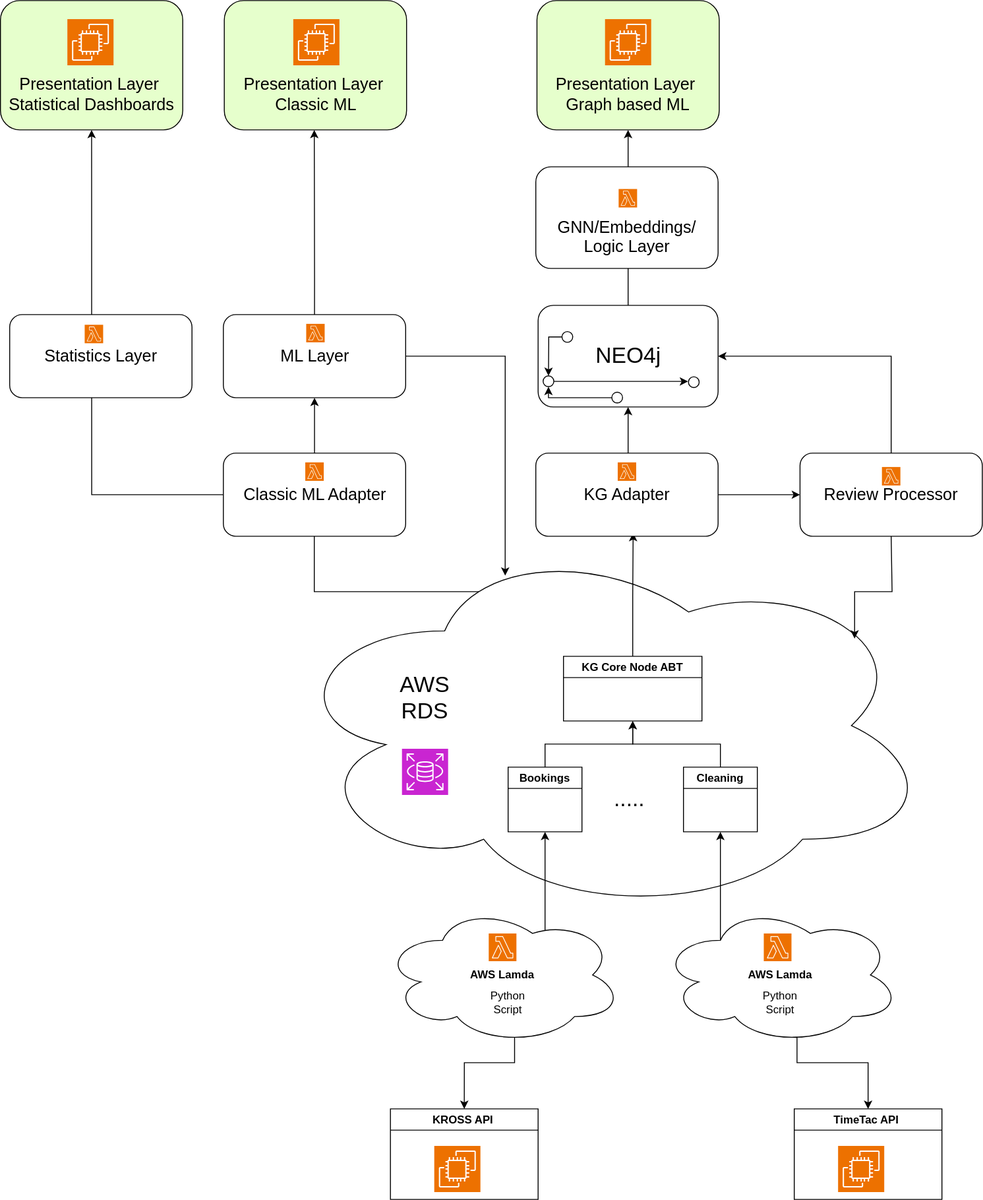
dominik-pichler/Review_me_if_you_can keeps this draw.io diagram as drawings/Application_Architecture.svg. Above is the earlier version. Source tidied: cells renumbered, new cells last; positions are measured from the earlier drawing's top-left corner, leaving out a move shared by most shapes.
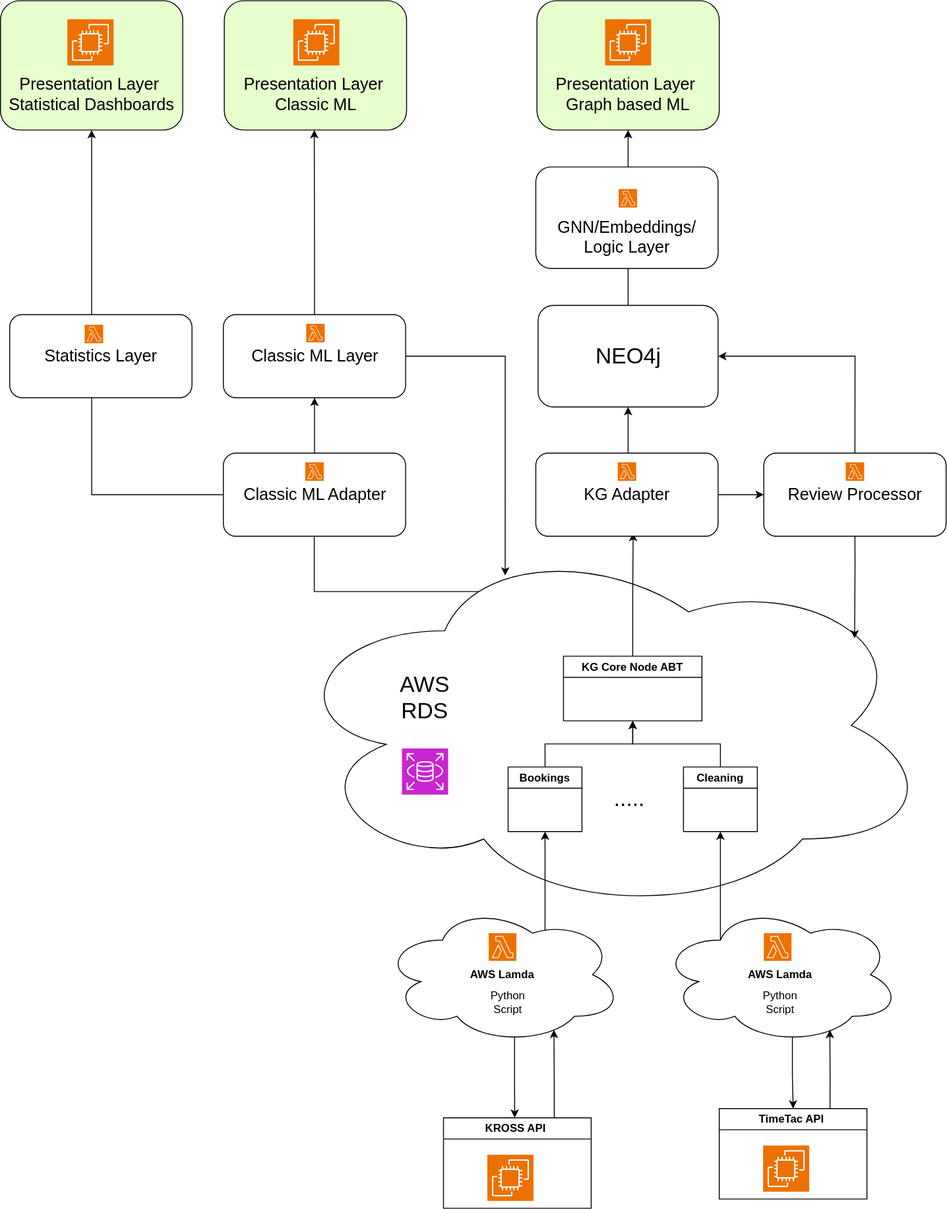
Later version of the same file.

What changed in the source:
```diff
@@ -49,14 +49,6 @@
     <mxCell id="14" style="edgeStyle=orthogonalEdgeStyle;rounded=0;jettySize=auto;html=1;exitX=0.5;exitY=0;exitDx=0;exitDy=0;entryX=0.5;entryY=1;entryDx=0;entryDy=0;" parent="1" edge="1" source="45" target="60">
       <mxGeometry relative="1" as="geometry" />
     </mxCell>
-    <mxCell id="15" style="edgeStyle=orthogonalEdgeStyle;rounded=0;jettySize=auto;html=1;exitX=0.55;exitY=0.95;exitDx=0;exitDy=0;exitPerimeter=0;entryX=0.5;entryY=0;entryDx=0;entryDy=0;" parent="1" edge="1" source="20" target="17">
-      <mxGeometry relative="1" as="geometry">
-        <Array as="points">
-          <mxPoint x="557" y="1150" />
-          <mxPoint x="502" y="1150" />
-        </Array>
-      </mxGeometry>
-    </mxCell>
     <mxCell id="16" style="edgeStyle=orthogonalEdgeStyle;rounded=0;jettySize=auto;html=1;exitX=0.4;exitY=0.1;exitDx=0;exitDy=0;exitPerimeter=0;entryX=0.5;entryY=1;entryDx=0;entryDy=0;" parent="1" edge="1" source="20" target="7">
       <mxGeometry relative="1" as="geometry">
         <Array as="points">
@@ -65,7 +57,7 @@
       </mxGeometry>
     </mxCell>
     <mxCell id="17" value="KROSS API&amp;nbsp;" style="swimlane;whiteSpace=wrap;html=1;" parent="1" vertex="1">
-      <mxGeometry x="422.5" y="1200" width="160" height="98" as="geometry" />
+      <mxGeometry x="480" y="1210" width="160" height="98" as="geometry" />
     </mxCell>
     <mxCell id="18" style="sketch=0;fontColor=#232F3E;fillColor=#ED7100;strokeColor=#ffffff;dashed=0;verticalLabelPosition=bottom;verticalAlign=top;align=center;html=1;fontSize=12;fontStyle=0;shape=mxgraph.aws4.resourceIcon;resIcon=mxgraph.aws4.ec2;" parent="17" vertex="1">
       <mxGeometry x="47.5" y="40" width="50" height="50" as="geometry" />
@@ -100,19 +92,11 @@
       <mxGeometry x="112" y="30" width="30" height="30" as="geometry" />
     </mxCell>
     <mxCell id="28" value="TimeTac API&amp;nbsp;" style="swimlane;whiteSpace=wrap;html=1;" parent="1" vertex="1">
-      <mxGeometry x="860" y="1200" width="160" height="98" as="geometry" />
+      <mxGeometry x="778.8" y="1200" width="160" height="98" as="geometry" />
     </mxCell>
     <mxCell id="29" style="sketch=0;fontColor=#232F3E;fillColor=#ED7100;strokeColor=#ffffff;dashed=0;verticalLabelPosition=bottom;verticalAlign=top;align=center;html=1;fontSize=12;fontStyle=0;shape=mxgraph.aws4.resourceIcon;resIcon=mxgraph.aws4.ec2;" parent="28" vertex="1">
       <mxGeometry x="47.5" y="40" width="50" height="50" as="geometry" />
     </mxCell>
-    <mxCell id="30" style="edgeStyle=orthogonalEdgeStyle;rounded=0;jettySize=auto;html=1;exitX=0.55;exitY=0.95;exitDx=0;exitDy=0;entryX=0.5;entryY=0;entryDx=0;entryDy=0;exitPerimeter=0;" parent="1" edge="1" source="25" target="28">
-      <mxGeometry relative="1" as="geometry">
-        <Array as="points">
-          <mxPoint x="863" y="1150" />
-          <mxPoint x="940" y="1150" />
-        </Array>
-      </mxGeometry>
-    </mxCell>
     <mxCell id="31" style="sketch=0;fontColor=#232F3E;fillColor=#C925D1;strokeColor=#ffffff;dashed=0;verticalLabelPosition=bottom;verticalAlign=top;align=center;html=1;fontSize=12;fontStyle=0;shape=mxgraph.aws4.resourceIcon;resIcon=mxgraph.aws4.rds;" parent="1" vertex="1">
       <mxGeometry x="435" y="810" width="50" height="50" as="geometry" />
     </mxCell>
@@ -126,7 +110,7 @@
       <mxGeometry relative="1" as="geometry" />
     </mxCell>
     <mxCell id="35" value="&lt;font style=&quot;font-size: 18px;&quot;&gt;Review Processor&lt;/font&gt;" style="rounded=1;whiteSpace=wrap;html=1;" parent="1" vertex="1">
-      <mxGeometry x="866.2" y="490" width="197.5" height="90" as="geometry" />
+      <mxGeometry x="827" y="490" width="197.5" height="90" as="geometry" />
     </mxCell>
     <mxCell id="36" value="&lt;font style=&quot;font-size: 18px;&quot;&gt;&lt;br&gt;&lt;br&gt;&lt;br&gt;Presentation Layer&amp;nbsp;&lt;br&gt;Classic ML&lt;/font&gt;" style="rounded=1;whiteSpace=wrap;html=1;fillColor=#E6FFCC;" parent="1" vertex="1">
       <mxGeometry x="242.5" width="197.5" height="140" as="geometry" />
@@ -150,7 +134,7 @@
         </Array>
       </mxGeometry>
     </mxCell>
-    <mxCell id="41" value="&lt;font style=&quot;font-size: 18px;&quot;&gt;ML Layer&lt;/font&gt;" style="rounded=1;whiteSpace=wrap;html=1;" parent="1" vertex="1">
+    <mxCell id="41" value="&lt;font style=&quot;font-size: 18px;&quot;&gt;Classic ML Layer&lt;/font&gt;" style="rounded=1;whiteSpace=wrap;html=1;" parent="1" vertex="1">
       <mxGeometry x="241.5" y="340" width="197.5" height="90" as="geometry" />
     </mxCell>
     <mxCell id="42" value="&lt;div&gt;&lt;font style=&quot;font-size: 18px;&quot;&gt;&lt;br&gt;&lt;/font&gt;&lt;/div&gt;&lt;font style=&quot;font-size: 18px;&quot;&gt;&lt;div&gt;&lt;font style=&quot;font-size: 18px;&quot;&gt;&lt;br&gt;&lt;/font&gt;&lt;/div&gt;&lt;div&gt;&lt;font style=&quot;font-size: 18px;&quot;&gt;&lt;br&gt;&lt;/font&gt;&lt;/div&gt;Presentation Layer&amp;nbsp;&lt;br&gt;Statistical Dashboards&lt;/font&gt;" style="rounded=1;whiteSpace=wrap;html=1;fillColor=#E6FFCC;" parent="1" vertex="1">
@@ -159,8 +143,8 @@
     <mxCell id="43" style="edgeStyle=orthogonalEdgeStyle;rounded=0;jettySize=auto;html=1;exitX=0.5;exitY=1;exitDx=0;exitDy=0;entryX=0.88;entryY=0.27;entryDx=0;entryDy=0;entryPerimeter=0;" parent="1" edge="1" source="35" target="3">
       <mxGeometry relative="1" as="geometry">
         <Array as="points">
-          <mxPoint x="966" y="640" />
-          <mxPoint x="925" y="640" />
+          <mxPoint x="925" y="610" />
+          <mxPoint x="925" y="610" />
         </Array>
       </mxGeometry>
     </mxCell>
@@ -170,43 +154,6 @@
     <mxCell id="45" value="&lt;font style=&quot;font-size: 24px;&quot;&gt;NEO4j&lt;/font&gt;" style="rounded=1;whiteSpace=wrap;html=1;" parent="1" vertex="1">
       <mxGeometry x="582.5" y="330" width="195" height="110" as="geometry" />
     </mxCell>
-    <mxCell id="46" style="edgeStyle=orthogonalEdgeStyle;rounded=0;orthogonalLoop=1;jettySize=auto;html=1;exitX=1;exitY=0.5;exitDx=0;exitDy=0;entryX=0;entryY=0.5;entryDx=0;entryDy=0;" parent="1" edge="1">
-      <mxGeometry relative="1" as="geometry">
-        <mxPoint x="599.5" y="412.3" as="sourcePoint" />
-        <mxPoint x="745" y="412.3" as="targetPoint" />
-      </mxGeometry>
-    </mxCell>
-    <mxCell id="47" style="ellipse;whiteSpace=wrap;html=1;" parent="1" vertex="1">
-      <mxGeometry x="587.9" y="406.3" width="11.6" height="11.6" as="geometry" />
-    </mxCell>
-    <mxCell id="48" style="ellipse;whiteSpace=wrap;html=1;" parent="1" vertex="1">
-      <mxGeometry x="745.4" y="407.3" width="11.6" height="11.6" as="geometry" />
-    </mxCell>
-    <mxCell id="49" style="edgeStyle=orthogonalEdgeStyle;rounded=0;orthogonalLoop=1;jettySize=auto;html=1;exitX=0;exitY=0.5;exitDx=0;exitDy=0;entryX=0.5;entryY=1;entryDx=0;entryDy=0;" parent="1" edge="1">
-      <mxGeometry relative="1" as="geometry">
-        <mxPoint x="662.4" y="430" as="sourcePoint" />
-        <mxPoint x="593.7" y="418.2" as="targetPoint" />
-        <Array as="points">
-          <mxPoint x="662" y="430.2" />
-          <mxPoint x="594" y="430.2" />
-        </Array>
-      </mxGeometry>
-    </mxCell>
-    <mxCell id="50" style="ellipse;whiteSpace=wrap;html=1;" parent="1" vertex="1">
-      <mxGeometry x="662.4" y="424" width="11.6" height="11.6" as="geometry" />
-    </mxCell>
-    <mxCell id="51" style="edgeStyle=orthogonalEdgeStyle;rounded=0;jettySize=auto;html=1;exitX=0;exitY=0.5;exitDx=0;exitDy=0;entryX=0.5;entryY=0;entryDx=0;entryDy=0;" parent="1" edge="1" source="52" target="47">
-      <mxGeometry relative="1" as="geometry">
-        <Array as="points">
-          <mxPoint x="594" y="364" />
-          <mxPoint x="594" y="371" />
-          <mxPoint x="594" y="371" />
-        </Array>
-      </mxGeometry>
-    </mxCell>
-    <mxCell id="52" style="ellipse;whiteSpace=wrap;html=1;" parent="1" vertex="1">
-      <mxGeometry x="608.4" y="358.4" width="11.6" height="11.6" as="geometry" />
-    </mxCell>
     <mxCell id="53" style="sketch=0;fontColor=#232F3E;fillColor=#ED7100;strokeColor=#ffffff;dashed=0;verticalLabelPosition=bottom;verticalAlign=top;align=center;html=1;fontSize=12;fontStyle=0;shape=mxgraph.aws4.resourceIcon;resIcon=mxgraph.aws4.ec2;" parent="1" vertex="1">
       <mxGeometry x="72.5" y="20" width="50" height="50" as="geometry" />
     </mxCell>
@@ -223,7 +170,7 @@
       <mxGeometry x="331.2" y="350" width="20" height="20" as="geometry" />
     </mxCell>
     <mxCell id="58" style="sketch=0;fontColor=#232F3E;fillColor=#ED7100;strokeColor=#ffffff;dashed=0;verticalLabelPosition=bottom;verticalAlign=top;align=center;html=1;fontSize=12;fontStyle=0;shape=mxgraph.aws4.resourceIcon;resIcon=mxgraph.aws4.lambda;" parent="1" vertex="1">
-      <mxGeometry x="955" y="505" width="20" height="20" as="geometry" />
+      <mxGeometry x="915.8" y="500" width="20" height="20" as="geometry" />
     </mxCell>
     <mxCell id="59" style="group;" parent="1" vertex="1">
       <mxGeometry x="581.2" width="197.5" height="140" as="geometry" />
@@ -246,5 +193,17 @@
     <mxCell id="65" style="sketch=0;fontColor=#232F3E;fillColor=#ED7100;strokeColor=#ffffff;dashed=0;verticalLabelPosition=bottom;verticalAlign=top;align=center;html=1;fontSize=12;fontStyle=0;shape=mxgraph.aws4.resourceIcon;resIcon=mxgraph.aws4.lambda;" parent="1" vertex="1">
       <mxGeometry x="91.2" y="351" width="20" height="20" as="geometry" />
     </mxCell>
+    <mxCell id="15" style="edgeStyle=orthogonalEdgeStyle;rounded=0;jettySize=auto;html=1;exitX=0.55;exitY=0.95;exitDx=0;exitDy=0;exitPerimeter=0;entryX=0.482;entryY=0;entryDx=0;entryDy=0;entryPerimeter=0;" parent="1" edge="1" source="20" target="17">
+      <mxGeometry relative="1" as="geometry" />
+    </mxCell>
+    <mxCell id="66" style="edgeStyle=orthogonalEdgeStyle;rounded=0;jettySize=auto;html=1;exitX=0.75;exitY=0;exitDx=0;exitDy=0;entryX=0.714;entryY=0.898;entryDx=0;entryDy=0;entryPerimeter=0;" parent="1" edge="1" source="17" target="20">
+      <mxGeometry relative="1" as="geometry" />
+    </mxCell>
+    <mxCell id="30" style="edgeStyle=orthogonalEdgeStyle;rounded=0;jettySize=auto;html=1;exitX=0.55;exitY=0.95;exitDx=0;exitDy=0;exitPerimeter=0;" parent="1" edge="1" source="25" target="28">
+      <mxGeometry relative="1" as="geometry" />
+    </mxCell>
+    <mxCell id="67" style="edgeStyle=orthogonalEdgeStyle;rounded=0;jettySize=auto;html=1;exitX=0.75;exitY=0;exitDx=0;exitDy=0;entryX=0.706;entryY=0.899;entryDx=0;entryDy=0;entryPerimeter=0;" parent="1" edge="1" source="28" target="25">
+      <mxGeometry relative="1" as="geometry" />
+    </mxCell>
   </root>
 </mxGraphModel>
```
